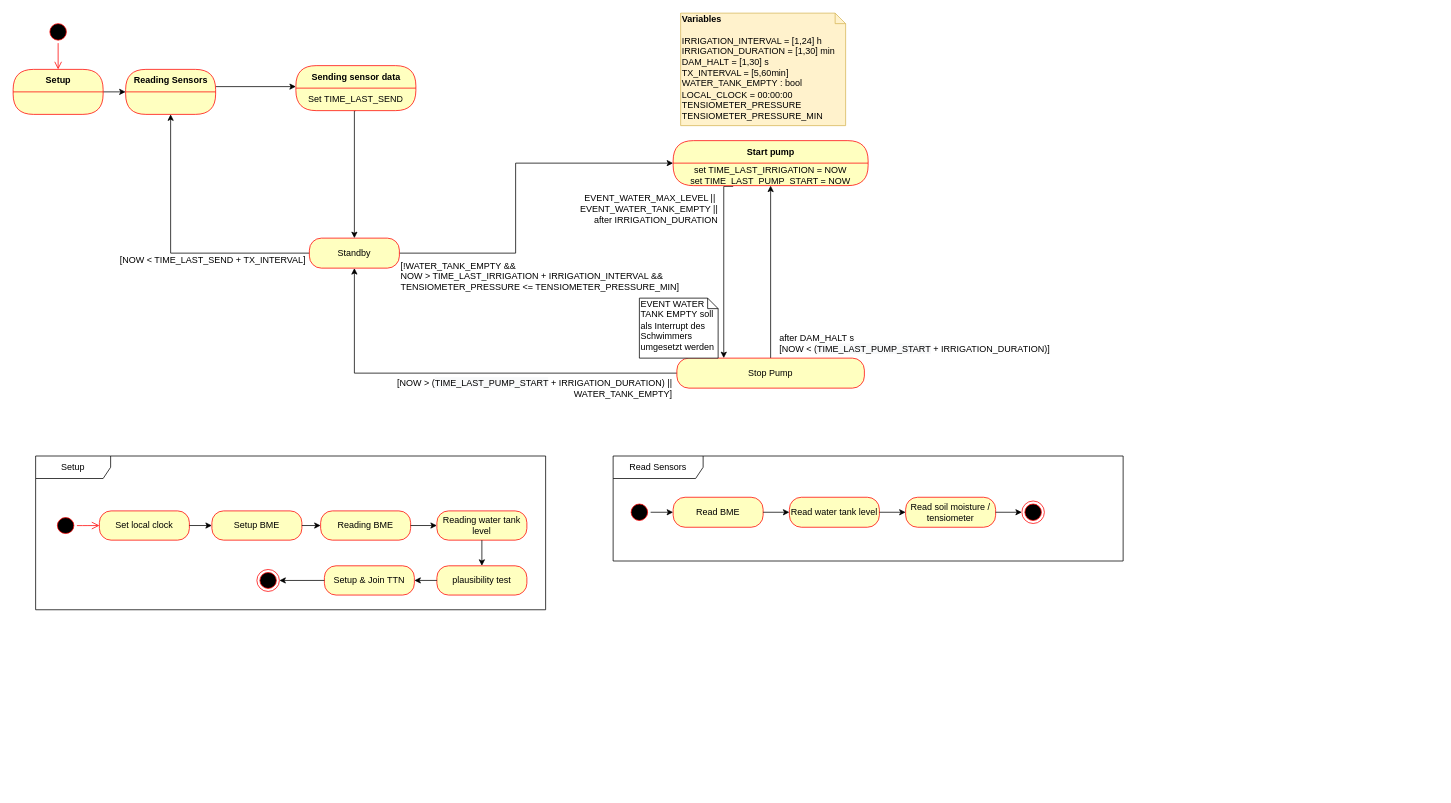
Above: program.drawio in temporaerhaus/ttn-ulm-hochbeet-node (draw.io), before the change. Source tidied: cells renumbered, new cells numbered last; positions are measured from the earlier drawing's top-left corner, leaving out a move shared by most shapes. Both pictures are drawn from the tidied source at 75%, with x=0, y=0 at pixel (13, 13).
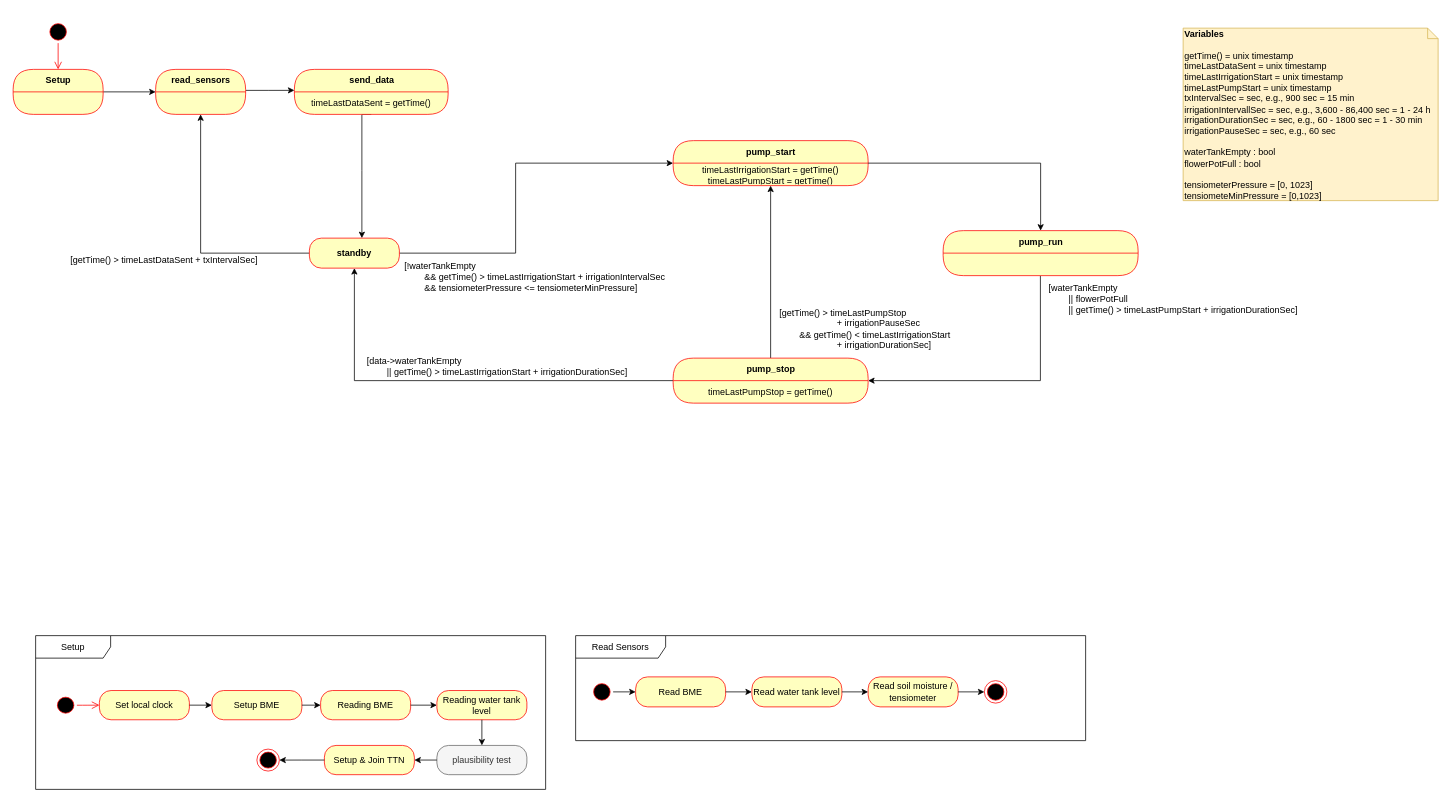
After the change.

Commit message:
update statechart of program behavior

The change refers to these unchanged cells:
```xml
<mxCell id="5" style="edgeStyle=orthogonalEdgeStyle;rounded=0;jettySize=auto;html=1;entryX=0;entryY=0.5;entryDx=0;entryDy=0;" parent="1" edge="1" source="50" target="46">
  <mxGeometry relative="1" as="geometry">
    <Array as="points">
      <mxPoint x="670" y="320" />
      <mxPoint x="670" y="200" />
    </Array>
  </mxGeometry>
</mxCell>
<mxCell id="48" style="edgeStyle=orthogonalEdgeStyle;rounded=0;jettySize=auto;html=1;exitX=0;exitY=0.5;exitDx=0;exitDy=0;entryX=0.5;entryY=1;entryDx=0;entryDy=0;" parent="1" edge="1" source="50" target="38">
  <mxGeometry relative="1" as="geometry" />
</mxCell>
```

What changed in the source:
```diff
@@
-    <mxCell id="4" value="&lt;b&gt;Variables&lt;/b&gt;&lt;br&gt;&lt;br&gt;IRRIGATION_INTERVAL = [1,24] h&lt;br&gt;IRRIGATION_DURATION = [1,30] min&lt;br&gt;DAM_HALT = [1,30] s&lt;br&gt;TX_INTERVAL = [5,60min]&lt;br&gt;WATER_TANK_EMPTY : bool&lt;br&gt;LOCAL_CLOCK = 00:00:00&lt;br&gt;TENSIOMETER_PRESSURE&lt;br&gt;TENSIOMETER_PRESSURE_MIN" style="shape=note;whiteSpace=wrap;html=1;size=14;verticalAlign=top;align=left;spacingTop=-6;fillColor=#fff2cc;strokeColor=#d6b656;" parent="1" vertex="1">
-      <mxGeometry x="890" width="220" height="150" as="geometry" />
+    <mxCell id="4" value="&lt;b&gt;Variables&lt;/b&gt;&lt;br&gt;&lt;br&gt;getTime() = unix timestamp&lt;br&gt;timeLastDataSent = unix timestamp&lt;br&gt;timeLastIrrigationStart = unix timestamp&lt;br&gt;timeLastPumpStart = unix timestamp&lt;br&gt;txIntervalSec = sec, e.g., 900 sec = 15 min&lt;br&gt;irrigationIntervallSec = sec, e.g., 3,600 -&amp;nbsp;86,400 sec = 1 - 24 h&amp;nbsp;&lt;br&gt;irrigationDurationSec = sec, e.g., 60 - 1800 sec = 1 - 30 min&lt;br&gt;irrigationPauseSec = sec, e.g., 60 sec&lt;br&gt;&lt;br&gt;waterTankEmpty : bool&lt;br&gt;flowerPotFull : bool&lt;br&gt;&lt;br&gt;tensiometerPressure = [0, 1023]&lt;br&gt;tensiometeMinPressure = [0,1023]" style="shape=note;whiteSpace=wrap;html=1;size=14;verticalAlign=top;align=left;spacingTop=-6;fillColor=#fff2cc;strokeColor=#d6b656;" parent="1" vertex="1">
+      <mxGeometry x="1560" y="20" width="340" height="230" as="geometry" />
     </mxCell>
@@
-    <mxCell id="6" value="[!WATER_TANK_EMPTY &amp;amp;&amp;amp; &lt;br&gt;NOW &amp;gt; TIME_LAST_IRRIGATION + IRRIGATION_INTERVAL &amp;amp;&amp;amp;&lt;br&gt;TENSIOMETER_PRESSURE &amp;lt;= TENSIOMETER_PRESSURE_MIN]" style="text;html=1;align=left;verticalAlign=middle;labelBackgroundColor=#ffffff;" parent="5" vertex="1">
+    <mxCell id="6" value="[!waterTankEmpty&lt;div&gt;&amp;nbsp; &amp;nbsp; &amp;nbsp; &amp;nbsp; &amp;amp;&amp;amp; getTime() &amp;gt; timeLastIrrigationStart + irrigationIntervalSec&lt;/div&gt;&amp;nbsp; &amp;nbsp; &amp;nbsp; &amp;nbsp; &amp;amp;&amp;amp; tensiometerPressure &amp;lt;= tensiometerMinPressure]" style="text;html=1;align=left;verticalAlign=middle;labelBackgroundColor=#ffffff;" parent="5" vertex="1">
       <mxGeometry x="-0.32" y="-1" relative="1" as="geometry">
-        <mxPoint x="-156" y="40.5" as="offset" />
+        <mxPoint x="-150.7" y="41" as="offset" />
       </mxGeometry>
     </mxCell>
@@
     <mxCell id="9" style="group;" parent="1" vertex="1">
-      <mxGeometry x="30" y="590.5" width="680" height="205" as="geometry" />
+      <mxGeometry x="30" y="830" width="680" height="205" as="geometry" />
     </mxCell>
@@
-    <mxCell id="20" value="plausibility test" style="rounded=1;whiteSpace=wrap;html=1;arcSize=40;fontColor=#000000;fillColor=#ffffc0;strokeColor=#ff0000;" parent="9" vertex="1">
+    <mxCell id="20" value="plausibility test" style="rounded=1;whiteSpace=wrap;html=1;arcSize=40;fontColor=#333333;fillColor=#f5f5f5;strokeColor=#666666;" parent="9" vertex="1">
       <mxGeometry x="535" y="146.4" width="120" height="39" as="geometry" />
     </mxCell>
@@
     <mxCell id="26" style="group;" parent="1" vertex="1">
-      <mxGeometry x="800" y="590.5" width="680" height="140" as="geometry" />
+      <mxGeometry x="750" y="830" width="680" height="140" as="geometry" />
     </mxCell>
@@
     <mxCell id="37" style="edgeStyle=orthogonalEdgeStyle;rounded=0;jettySize=auto;html=1;entryX=0;entryY=-0.067;entryDx=0;entryDy=0;entryPerimeter=0;" parent="1" edge="1" source="38" target="53">
       <mxGeometry relative="1" as="geometry">
         <Array as="points">
-          <mxPoint x="210" y="98" />
+          <mxPoint x="340" y="103" />
+          <mxPoint x="340" y="103" />
         </Array>
       </mxGeometry>
     </mxCell>
-    <mxCell id="38" value="Reading Sensors" style="swimlane;html=1;fontStyle=1;align=center;verticalAlign=middle;horizontal=1;startSize=30;fontColor=#000000;rounded=1;arcSize=30;strokeColor=#ff0000;fillColor=#ffffc0;swimlaneFillColor=#ffffc0;" parent="1" vertex="1">
-      <mxGeometry x="150" y="75" width="120" height="60" as="geometry" />
+    <mxCell id="38" value="read_sensors" style="swimlane;html=1;fontStyle=1;align=center;verticalAlign=middle;horizontal=1;startSize=30;fontColor=#000000;rounded=1;arcSize=30;strokeColor=#ff0000;fillColor=#ffffc0;swimlaneFillColor=#ffffc0;" parent="1" vertex="1">
+      <mxGeometry x="190" y="75" width="120" height="60" as="geometry" />
     </mxCell>
-    <mxCell id="39" style="edgeStyle=orthogonalEdgeStyle;rounded=0;jettySize=auto;html=1;exitX=0.308;exitY=1.033;exitDx=0;exitDy=0;entryX=0.25;entryY=0;entryDx=0;entryDy=0;exitPerimeter=0;" parent="1" edge="1" source="47" target="45">
-      <mxGeometry relative="1" as="geometry">
-        <Array as="points">
-          <mxPoint x="948" y="231" />
-        </Array>
-      </mxGeometry>
-    </mxCell>
-    <mxCell id="40" value="EVENT_WATER_MAX_LEVEL ||&amp;nbsp;&lt;br&gt;EVENT_WATER_TANK_EMPTY ||&lt;br&gt;after IRRIGATION_DURATION" style="text;html=1;align=right;verticalAlign=middle;labelBackgroundColor=#ffffff;" parent="39" vertex="1">
-      <mxGeometry x="-0.28" y="-2" relative="1" as="geometry">
-        <mxPoint x="-5.5" y="-45" as="offset" />
-      </mxGeometry>
-    </mxCell>
-    <mxCell id="41" style="edgeStyle=orthogonalEdgeStyle;rounded=0;jettySize=auto;html=1;exitX=0.5;exitY=0;exitDx=0;exitDy=0;entryX=0.5;entryY=1;entryDx=0;entryDy=0;" parent="1" edge="1" source="45" target="47">
+    <mxCell id="41" style="edgeStyle=orthogonalEdgeStyle;rounded=0;jettySize=auto;html=1;entryX=0.5;entryY=1;entryDx=0;entryDy=0;exitX=0.5;exitY=0;exitDx=0;exitDy=0;" parent="1" edge="1" source="59" target="47">
       <mxGeometry relative="1" as="geometry" />
     </mxCell>
-    <mxCell id="42" value="after DAM_HALT s&lt;br&gt;[NOW &amp;lt; (&lt;span style=&quot;text-align: center ; white-space: normal ; background-color: rgb(248 , 249 , 250)&quot;&gt;TIME_LAST_PUMP_START&lt;/span&gt;&amp;nbsp;+ IRRIGATION_DURATION)]" style="text;html=1;align=left;verticalAlign=middle;labelBackgroundColor=#ffffff;" parent="41" vertex="1">
+    <mxCell id="42" value="&lt;div&gt;[getTime() &amp;gt; timeLastPumpStop&amp;nbsp;&lt;/div&gt;&lt;div&gt;&amp;nbsp; &amp;nbsp; &amp;nbsp; &amp;nbsp; &amp;nbsp; &amp;nbsp; &amp;nbsp; &amp;nbsp; &amp;nbsp; &amp;nbsp; &amp;nbsp; &amp;nbsp;+ irrigationPauseSec&lt;/div&gt;&lt;div&gt;&amp;nbsp; &amp;nbsp; &amp;nbsp; &amp;nbsp; &amp;amp;&amp;amp; getTime() &amp;lt; timeLastIrrigationStart&lt;/div&gt;&lt;div&gt;&amp;nbsp; &amp;nbsp; &amp;nbsp; &amp;nbsp; &amp;nbsp; &amp;nbsp; &amp;nbsp; &amp;nbsp; &amp;nbsp; &amp;nbsp; &amp;nbsp; &amp;nbsp;+ irrigationDurationSec]&lt;/div&gt;" style="text;html=1;align=left;verticalAlign=middle;labelBackgroundColor=#ffffff;" parent="41" vertex="1">
       <mxGeometry x="-0.2" y="-2" relative="1" as="geometry">
-        <mxPoint x="7.5" y="71.5" as="offset" />
+        <mxPoint x="8.3" y="52.1" as="offset" />
       </mxGeometry>
     </mxCell>
-    <mxCell id="43" style="edgeStyle=orthogonalEdgeStyle;rounded=0;jettySize=auto;html=1;exitX=0;exitY=0.5;exitDx=0;exitDy=0;" parent="1" edge="1" source="45" target="50">
-      <mxGeometry relative="1" as="geometry" />
+    <mxCell id="43" style="edgeStyle=orthogonalEdgeStyle;rounded=0;jettySize=auto;html=1;exitX=0;exitY=0;exitDx=0;exitDy=0;" parent="1" edge="1" source="60" target="50">
+      <mxGeometry relative="1" as="geometry">
+        <Array as="points">
+          <mxPoint x="455" y="490" />
+        </Array>
+      </mxGeometry>
     </mxCell>
-    <mxCell id="44" value="&lt;span style=&quot;&quot;&gt;[NOW &amp;gt; (&lt;/span&gt;&lt;span style=&quot;white-space: normal ; background-color: rgb(248 , 249 , 250)&quot;&gt;TIME_LAST_PUMP_START&lt;/span&gt;&lt;span style=&quot;&quot;&gt;&amp;nbsp;+ IRRIGATION_DURATION) ||&lt;br&gt;WATER_TANK_EMPTY]&lt;/span&gt;" style="text;html=1;align=right;verticalAlign=middle;labelBackgroundColor=#ffffff;" parent="43" vertex="1">
+    <mxCell id="44" value="&lt;div&gt;[data-&amp;gt;waterTankEmpty&lt;/div&gt;&lt;div&gt;&amp;nbsp; &amp;nbsp; &amp;nbsp; &amp;nbsp; || getTime() &amp;gt; timeLastIrrigationStart + irrigationDurationSec]&lt;/div&gt;" style="text;html=1;align=left;verticalAlign=middle;labelBackgroundColor=#ffffff;" parent="43" vertex="1">
       <mxGeometry x="0.15" y="-2" relative="1" as="geometry">
-        <mxPoint x="322" y="21.5" as="offset" />
+        <mxPoint x="-78.7" y="-17.8" as="offset" />
       </mxGeometry>
     </mxCell>
-    <mxCell id="45" value="Stop Pump" style="rounded=1;whiteSpace=wrap;html=1;arcSize=40;fontColor=#000000;fillColor=#ffffc0;strokeColor=#ff0000;" parent="1" vertex="1">
-      <mxGeometry x="885" y="460" width="250" height="40" as="geometry" />
-    </mxCell>
-    <mxCell id="46" value="Start pump" style="swimlane;html=1;fontStyle=1;align=center;verticalAlign=middle;horizontal=1;startSize=30;fontColor=#000000;rounded=1;arcSize=30;strokeColor=#ff0000;fillColor=#ffffc0;swimlaneFillColor=#ffffc0;" parent="1" vertex="1">
+    <mxCell id="46" value="pump_start" style="swimlane;html=1;fontStyle=1;align=center;verticalAlign=middle;horizontal=1;startSize=30;fontColor=#000000;rounded=1;arcSize=30;strokeColor=#ff0000;fillColor=#ffffc0;swimlaneFillColor=#ffffc0;" parent="1" vertex="1">
       <mxGeometry x="880" y="170" width="260" height="60" as="geometry" />
     </mxCell>
-    <mxCell id="47" value="set TIME_LAST_IRRIGATION = NOW&lt;br&gt;set TIME_LAST_PUMP_START = NOW" style="text;html=1;strokeColor=none;fillColor=none;align=center;verticalAlign=middle;spacingLeft=4;spacingRight=4;whiteSpace=wrap;overflow=hidden;fontColor=#000000;" parent="46" vertex="1">
+    <mxCell id="47" value="timeLastIrrigationStart = getTime()&lt;br&gt;timeLastPumpStart = getTime()" style="text;html=1;strokeColor=none;fillColor=none;align=center;verticalAlign=middle;spacingLeft=4;spacingRight=4;whiteSpace=wrap;overflow=hidden;fontColor=#000000;" parent="46" vertex="1">
       <mxGeometry y="30" width="260" height="30" as="geometry" />
     </mxCell>
@@
-    <mxCell id="49" value="[NOW &amp;lt; TIME_LAST_SEND + TX_INTERVAL]" style="text;html=1;align=center;verticalAlign=middle;labelBackgroundColor=#ffffff;" parent="48" vertex="1">
+    <mxCell id="49" value="[getTime() &amp;gt; timeLastDataSent + txIntervalSec]" style="text;html=1;align=center;verticalAlign=middle;labelBackgroundColor=#ffffff;" parent="48" vertex="1">
       <mxGeometry x="-0.51" y="3" relative="1" as="geometry">
-        <mxPoint x="-38.5" y="6.5" as="offset" />
+        <mxPoint x="-114" y="6.5" as="offset" />
       </mxGeometry>
     </mxCell>
-    <mxCell id="50" value="Standby" style="rounded=1;whiteSpace=wrap;html=1;arcSize=40;fontColor=#000000;fillColor=#ffffc0;strokeColor=#ff0000;align=center;" parent="1" vertex="1">
+    <mxCell id="50" value="&lt;b&gt;standby&lt;/b&gt;" style="rounded=1;whiteSpace=wrap;html=1;arcSize=40;fontColor=#000000;fillColor=#ffffc0;strokeColor=#ff0000;align=center;" parent="1" vertex="1">
       <mxGeometry x="395" y="300" width="120" height="40" as="geometry" />
     </mxCell>
     <mxCell id="51" style="edgeStyle=orthogonalEdgeStyle;rounded=0;jettySize=auto;html=1;exitX=0.5;exitY=1;exitDx=0;exitDy=0;" parent="1" edge="1" source="53" target="50">
       <mxGeometry relative="1" as="geometry">
         <Array as="points">
-          <mxPoint x="455" y="130" />
+          <mxPoint x="465" y="210" />
+          <mxPoint x="465" y="210" />
         </Array>
       </mxGeometry>
     </mxCell>
-    <mxCell id="52" value="Sending sensor data" style="swimlane;html=1;fontStyle=1;align=center;verticalAlign=middle;horizontal=1;startSize=30;fontColor=#000000;rounded=1;arcSize=30;strokeColor=#ff0000;fillColor=#ffffc0;swimlaneFillColor=#ffffc0;" parent="1" vertex="1">
-      <mxGeometry x="377" y="70" width="160" height="60" as="geometry" />
+    <mxCell id="52" value="send_data" style="swimlane;html=1;fontStyle=1;align=center;verticalAlign=middle;horizontal=1;startSize=30;fontColor=#000000;rounded=1;arcSize=30;strokeColor=#ff0000;fillColor=#ffffc0;swimlaneFillColor=#ffffc0;" parent="1" vertex="1">
+      <mxGeometry x="375" y="75" width="205" height="60" as="geometry" />
     </mxCell>
-    <mxCell id="53" value="Set TIME_LAST_SEND" style="text;html=1;strokeColor=none;fillColor=none;align=center;verticalAlign=middle;spacingLeft=4;spacingRight=4;whiteSpace=wrap;overflow=hidden;fontColor=#000000;" parent="52" vertex="1">
-      <mxGeometry y="30" width="160" height="30" as="geometry" />
+    <mxCell id="53" value="timeLastDataSent = getTime()" style="text;html=1;strokeColor=none;fillColor=none;align=center;verticalAlign=middle;spacingLeft=4;spacingRight=4;whiteSpace=wrap;overflow=hidden;fontColor=#000000;" parent="52" vertex="1">
+      <mxGeometry y="30" width="205" height="30" as="geometry" />
     </mxCell>
-    <mxCell id="54" value="EVENT WATER TANK EMPTY soll als Interrupt des Schwimmers umgesetzt werden" style="shape=note;whiteSpace=wrap;html=1;size=14;verticalAlign=top;align=left;spacingTop=-6;" parent="1" vertex="1">
-      <mxGeometry x="835" y="380" width="105" height="80" as="geometry" />
-    </mxCell>
+    <mxCell id="55" style="edgeStyle=orthogonalEdgeStyle;rounded=0;jettySize=auto;html=1;entryX=1;entryY=0;entryDx=0;entryDy=0;exitX=0.5;exitY=1;exitDx=0;exitDy=0;" parent="1" edge="1" target="60">
+      <mxGeometry relative="1" as="geometry">
+        <mxPoint x="1369.7" y="350.1" as="sourcePoint" />
+        <Array as="points">
+          <mxPoint x="1370" y="490" />
+        </Array>
+      </mxGeometry>
+    </mxCell>
+    <mxCell id="56" value="&lt;div&gt;[waterTankEmpty&lt;/div&gt;&lt;div&gt;&amp;nbsp; &amp;nbsp; &amp;nbsp; &amp;nbsp; || flowerPotFull&lt;/div&gt;&lt;div&gt;&amp;nbsp; &amp;nbsp; &amp;nbsp; &amp;nbsp; || getTime() &amp;gt; timeLastPumpStart + irrigationDurationSec]&lt;/div&gt;" style="text;html=1;align=left;verticalAlign=middle;labelBackgroundColor=#ffffff;" parent="55" vertex="1">
+      <mxGeometry x="0.44" y="1" relative="1" as="geometry">
+        <mxPoint x="135.8" y="-111" as="offset" />
+      </mxGeometry>
+    </mxCell>
+    <mxCell id="57" value="pump_run" style="swimlane;html=1;fontStyle=1;align=center;verticalAlign=middle;horizontal=1;startSize=30;fontColor=#000000;rounded=1;arcSize=30;strokeColor=#ff0000;fillColor=#ffffc0;swimlaneFillColor=#ffffc0;" parent="1" vertex="1">
+      <mxGeometry x="1240" y="290" width="260" height="60" as="geometry" />
+    </mxCell>
+    <mxCell id="58" style="edgeStyle=orthogonalEdgeStyle;rounded=0;jettySize=auto;html=1;exitX=1;exitY=0;exitDx=0;exitDy=0;entryX=0.5;entryY=0;entryDx=0;entryDy=0;" parent="1" edge="1" source="47" target="57">
+      <mxGeometry relative="1" as="geometry">
+        <Array as="points">
+          <mxPoint x="1370" y="200" />
+        </Array>
+      </mxGeometry>
+    </mxCell>
+    <mxCell id="59" value="&lt;b style=&quot;white-space: normal&quot;&gt;pump_stop&lt;/b&gt;" style="swimlane;html=1;fontStyle=1;align=center;verticalAlign=middle;horizontal=1;startSize=30;fontColor=#000000;rounded=1;arcSize=30;strokeColor=#ff0000;fillColor=#ffffc0;swimlaneFillColor=#ffffc0;" parent="1" vertex="1">
+      <mxGeometry x="880" y="460" width="260" height="60" as="geometry" />
+    </mxCell>
+    <mxCell id="60" value="timeLastPumpStop = getTime()" style="text;html=1;strokeColor=none;fillColor=none;align=center;verticalAlign=middle;spacingLeft=4;spacingRight=4;whiteSpace=wrap;overflow=hidden;fontColor=#000000;" parent="59" vertex="1">
+      <mxGeometry y="30" width="260" height="30" as="geometry" />
+    </mxCell>
```
